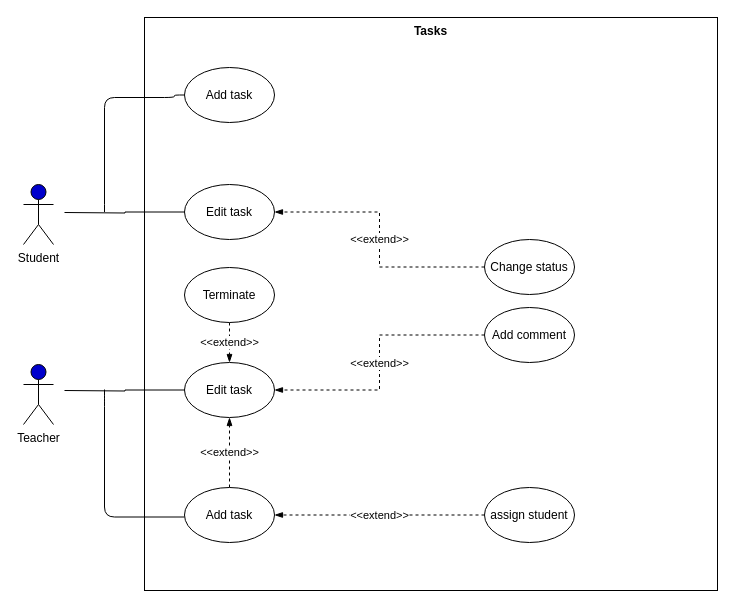
The draw.io diagram page "Tasks" (4 of 5) of Untitled Diagram.drawio in AbdellaouiSofiane/book_scraper, before the edit. Source tidied: cells renumbered, new cells numbered last; positions are measured from the earlier drawing's top-left corner, leaving out a move shared by most shapes. Both pictures are drawn from the tidied source at 100%, with x=0, y=0 at pixel (23, 17).
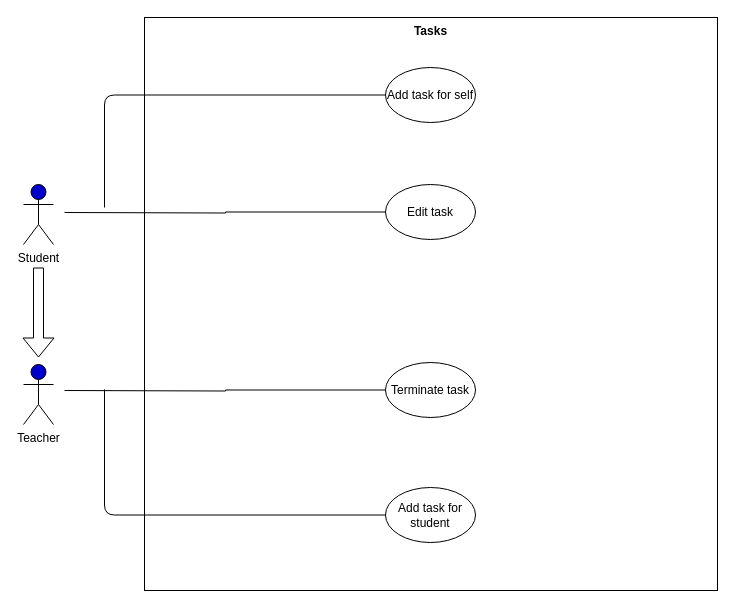
The same page after the edit.

Change to the diagram source:
```diff
@@
+    <mxCell id="22" style="rounded=0;orthogonalLoop=1;jettySize=auto;html=1;startArrow=none;startFill=0;endArrow=block;endFill=0;shape=flexArrow;" parent="1" edge="1">
+      <mxGeometry relative="1" as="geometry">
+        <mxPoint x="15" y="250" as="sourcePoint" />
+        <mxPoint x="15" y="340" as="targetPoint" />
+      </mxGeometry>
+    </mxCell>
@@
-    <mxCell id="5" style="endArrow=none;html=1;entryX=0;entryY=0.5;entryDx=0;entryDy=0;edgeStyle=orthogonalEdgeStyle;" parent="1" edge="1">
+    <mxCell id="5" style="endArrow=none;html=1;entryX=0;entryY=0.5;entryDx=0;entryDy=0;edgeStyle=orthogonalEdgeStyle;" parent="1" edge="1" target="9">
       <mxGeometry relative="1" as="geometry">
         <mxPoint x="81" y="372" as="sourcePoint" />
-        <mxPoint x="161" y="499.5" as="targetPoint" />
         <Array as="points">
-          <mxPoint x="81" y="379" />
-          <mxPoint x="81" y="500" />
+          <mxPoint x="81" y="498" />
         </Array>
       </mxGeometry>
     </mxCell>
-    <mxCell id="6" style="endArrow=none;html=1;entryX=0;entryY=0.5;entryDx=0;entryDy=0;edgeStyle=orthogonalEdgeStyle;" parent="1" edge="1" target="7">
-      <mxGeometry relative="1" as="geometry">
-        <mxPoint x="81" y="190" as="sourcePoint" />
-        <Array as="points">
-          <mxPoint x="81" y="197" />
-          <mxPoint x="81" y="80" />
-          <mxPoint x="151" y="80" />
-          <mxPoint x="151" y="78" />
-        </Array>
-      </mxGeometry>
-    </mxCell>
-    <mxCell id="7" value="Add task" style="ellipse;whiteSpace=wrap;html=1;" parent="1" vertex="1">
-      <mxGeometry x="161" y="50" width="90" height="55" as="geometry" />
+    <mxCell id="7" value="Add task for self" style="ellipse;whiteSpace=wrap;html=1;" parent="1" vertex="1">
+      <mxGeometry x="362" y="50" width="90" height="55" as="geometry" />
     </mxCell>
-    <mxCell id="8" value="&amp;lt;&amp;lt;extend&amp;gt;&amp;gt;" style="edgeStyle=orthogonalEdgeStyle;rounded=0;jettySize=auto;html=1;exitX=0.5;exitY=0;exitDx=0;exitDy=0;entryX=0.5;entryY=1;entryDx=0;entryDy=0;dashed=1;startArrow=none;startFill=0;endArrow=blockThin;endFill=1;" parent="1" edge="1" source="9" target="13">
-      <mxGeometry relative="1" as="geometry" />
-    </mxCell>
-    <mxCell id="9" value="Add task" style="ellipse;whiteSpace=wrap;html=1;" parent="1" vertex="1">
-      <mxGeometry x="161" y="470" width="90" height="55" as="geometry" />
+    <mxCell id="9" value="Add task for student" style="ellipse;whiteSpace=wrap;html=1;" parent="1" vertex="1">
+      <mxGeometry x="362" y="470" width="90" height="55" as="geometry" />
     </mxCell>
-    <mxCell id="10" value="&amp;lt;&amp;lt;extend&amp;gt;&amp;gt;" style="edgeStyle=orthogonalEdgeStyle;rounded=0;jettySize=auto;html=1;exitX=0;exitY=0.5;exitDx=0;exitDy=0;entryX=1;entryY=0.5;entryDx=0;entryDy=0;dashed=1;startArrow=none;startFill=0;endArrow=blockThin;endFill=1;" parent="1" edge="1" source="11" target="9">
-      <mxGeometry relative="1" as="geometry" />
-    </mxCell>
-    <mxCell id="11" value="assign student" style="ellipse;whiteSpace=wrap;html=1;" parent="1" vertex="1">
-      <mxGeometry x="461" y="470" width="90" height="55" as="geometry" />
-    </mxCell>
-    <mxCell id="12" style="edgeStyle=orthogonalEdgeStyle;rounded=0;jettySize=auto;html=1;exitX=0;exitY=0.5;exitDx=0;exitDy=0;startArrow=none;startFill=0;endArrow=none;endFill=0;" parent="1" edge="1" source="13">
+    <mxCell id="12" style="edgeStyle=orthogonalEdgeStyle;rounded=0;jettySize=auto;html=1;exitX=0;exitY=0.5;exitDx=0;exitDy=0;startArrow=none;startFill=0;endArrow=none;endFill=0;" parent="1" edge="1" source="19">
       <mxGeometry relative="1" as="geometry">
         <mxPoint x="41" y="373" as="targetPoint" />
       </mxGeometry>
     </mxCell>
-    <mxCell id="13" value="Edit task" style="ellipse;whiteSpace=wrap;html=1;" parent="1" vertex="1">
-      <mxGeometry x="161" y="345" width="90" height="55" as="geometry" />
-    </mxCell>
@@
     <mxCell id="15" value="Edit task" style="ellipse;whiteSpace=wrap;html=1;" parent="1" vertex="1">
-      <mxGeometry x="161" y="167" width="90" height="55" as="geometry" />
+      <mxGeometry x="362" y="167" width="90" height="55" as="geometry" />
     </mxCell>
-    <mxCell id="16" value="&amp;lt;&amp;lt;extend&amp;gt;&amp;gt;" style="edgeStyle=orthogonalEdgeStyle;rounded=0;jettySize=auto;html=1;exitX=0;exitY=0.5;exitDx=0;exitDy=0;entryX=1;entryY=0.5;entryDx=0;entryDy=0;dashed=1;startArrow=none;startFill=0;endArrow=blockThin;endFill=1;" parent="1" edge="1" source="17" target="15">
-      <mxGeometry relative="1" as="geometry" />
-    </mxCell>
-    <mxCell id="17" value="Change status" style="ellipse;whiteSpace=wrap;html=1;" parent="1" vertex="1">
-      <mxGeometry x="461" y="222" width="90" height="55" as="geometry" />
-    </mxCell>
-    <mxCell id="18" value="&amp;lt;&amp;lt;extend&amp;gt;&amp;gt;" style="edgeStyle=orthogonalEdgeStyle;rounded=0;jettySize=auto;html=1;exitX=0.5;exitY=1;exitDx=0;exitDy=0;entryX=0.5;entryY=0;entryDx=0;entryDy=0;dashed=1;startArrow=none;startFill=0;endArrow=blockThin;endFill=1;" parent="1" edge="1" source="19" target="13">
-      <mxGeometry relative="1" as="geometry" />
-    </mxCell>
-    <mxCell id="19" value="Terminate" style="ellipse;whiteSpace=wrap;html=1;" parent="1" vertex="1">
-      <mxGeometry x="161" y="250" width="90" height="55" as="geometry" />
+    <mxCell id="19" value="Terminate task" style="ellipse;whiteSpace=wrap;html=1;" parent="1" vertex="1">
+      <mxGeometry x="362" y="345" width="90" height="55" as="geometry" />
     </mxCell>
-    <mxCell id="20" value="&amp;lt;&amp;lt;extend&amp;gt;&amp;gt;" style="edgeStyle=orthogonalEdgeStyle;rounded=0;jettySize=auto;html=1;exitX=0;exitY=0.5;exitDx=0;exitDy=0;entryX=1;entryY=0.5;entryDx=0;entryDy=0;dashed=1;startArrow=none;startFill=0;endArrow=blockThin;endFill=1;" parent="1" edge="1" source="21" target="13">
-      <mxGeometry relative="1" as="geometry" />
-    </mxCell>
-    <mxCell id="21" value="Add comment" style="ellipse;whiteSpace=wrap;html=1;" parent="1" vertex="1">
-      <mxGeometry x="461" y="290" width="90" height="55" as="geometry" />
-    </mxCell>
+    <mxCell id="23" style="endArrow=none;html=1;entryX=0;entryY=0.5;entryDx=0;entryDy=0;edgeStyle=orthogonalEdgeStyle;" parent="1" edge="1" target="7">
+      <mxGeometry relative="1" as="geometry">
+        <mxPoint x="81" y="190" as="sourcePoint" />
+        <Array as="points">
+          <mxPoint x="81" y="78" />
+        </Array>
+      </mxGeometry>
+    </mxCell>
```
